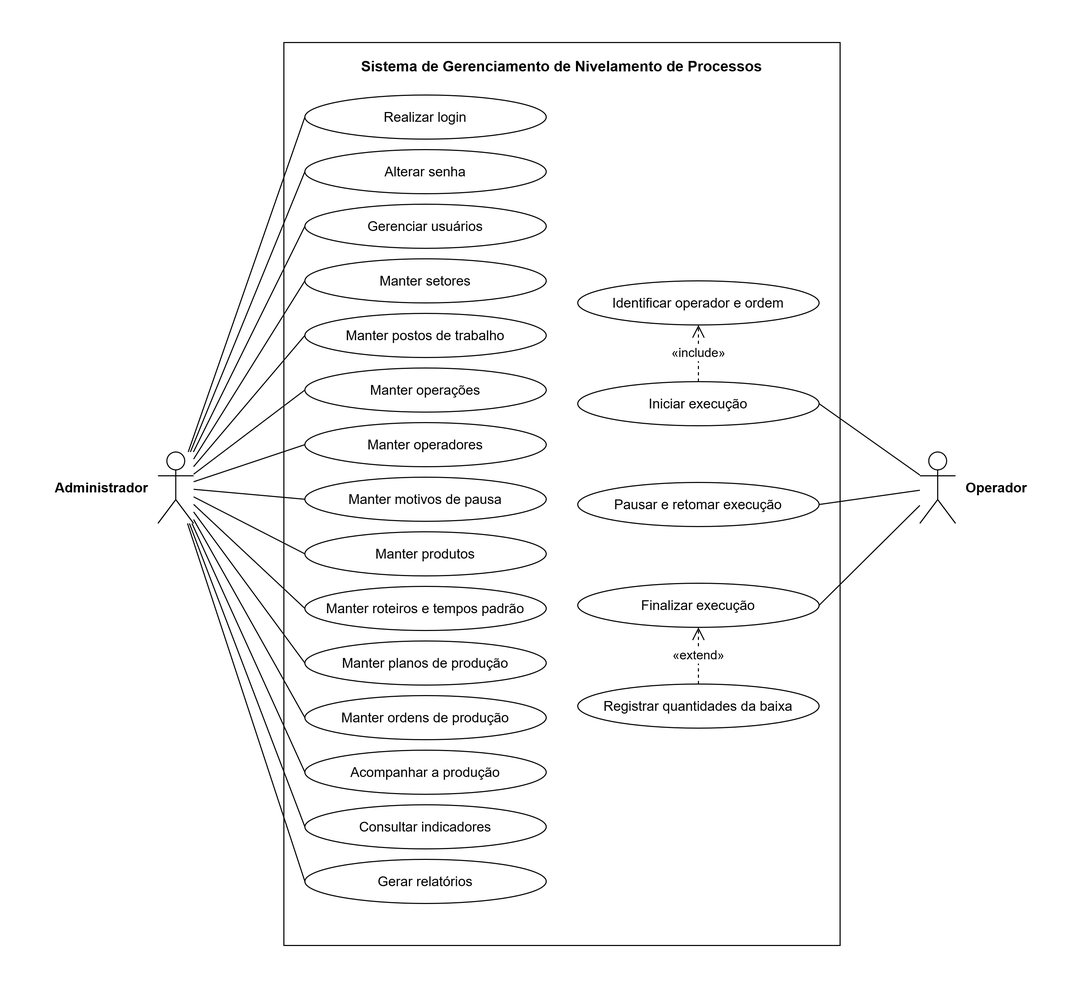
Above: docs/domain/diagrama-de-casos-de-uso.drawio.png in MateusGanda/Nivelamento-de-Processos (draw.io), before the change. Source tidied: cells renumbered, new cells last; positions are measured from the earlier drawing's top-left corner, leaving out a move shared by most shapes.
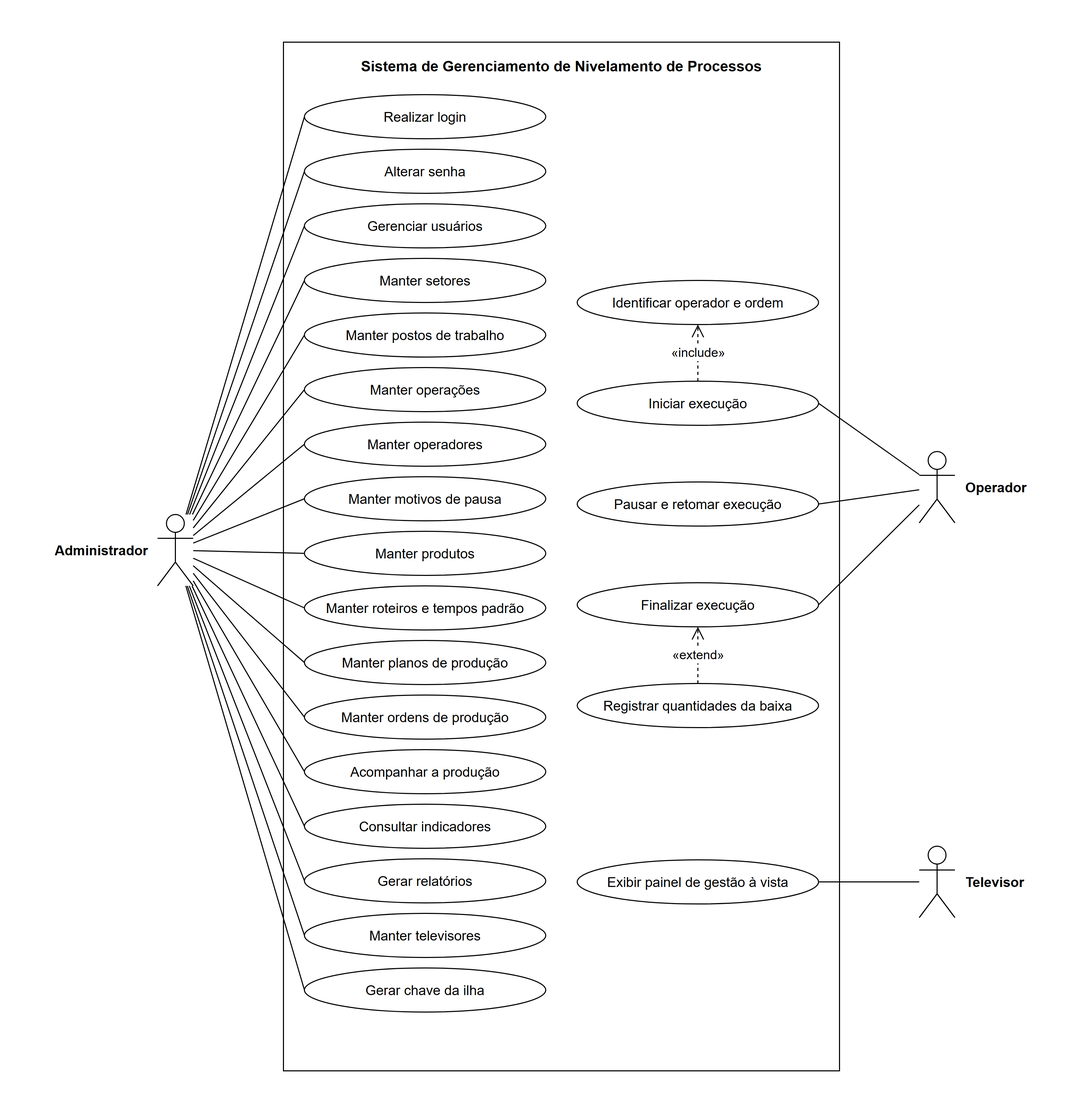
After the change.

Commit message:
docs: revisa o TCC (v15) com as correções de coerência e ABNT, a NBR 10520:2023 e as telas atuais, e atualiza o diagrama de casos de uso e o manual

Diff of the diagram source:
```diff
@@ -3,10 +3,10 @@
     <mxCell id="0" />
     <mxCell id="1" parent="0" />
     <mxCell id="2" style="rounded=0;html=1;fillColor=none;strokeColor=none;" parent="1" vertex="1">
-      <mxGeometry width="990" height="900" as="geometry" />
+      <mxGeometry width="990" height="1020" as="geometry" />
     </mxCell>
     <mxCell id="3" value="Sistema de Gerenciamento de Nivelamento de Processos" style="rounded=0;whiteSpace=wrap;html=1;verticalAlign=top;fontStyle=1;fontSize=14;fillColor=#FFFFFF;spacingTop=8;strokeColor=#000000;fontColor=#000000;" parent="1" vertex="1">
-      <mxGeometry x="250" y="20" width="530" height="860" as="geometry" />
+      <mxGeometry x="250" y="20" width="530" height="980" as="geometry" />
     </mxCell>
     <mxCell id="4" value="Realizar login" style="ellipse;whiteSpace=wrap;html=1;fillColor=#FFFFFF;fontSize=13;strokeColor=#000000;fontColor=#000000;" parent="1" vertex="1">
       <mxGeometry x="270" y="70" width="230" height="42" as="geometry" />
@@ -69,7 +69,7 @@
       <mxGeometry x="530" y="631" width="230" height="42" as="geometry" />
     </mxCell>
     <mxCell id="24" value="Administrador" style="shape=umlActor;verticalLabelPosition=middle;verticalAlign=middle;html=1;outlineConnect=0;fillColor=#FFFFFF;fontSize=13;fontStyle=1;strokeColor=#000000;fontColor=#000000;labelPosition=left;align=right;spacingRight=8;" parent="1" vertex="1">
-      <mxGeometry x="130" y="410" width="34" height="68" as="geometry" />
+      <mxGeometry x="130" y="470" width="34" height="68" as="geometry" />
     </mxCell>
     <mxCell id="25" value="Operador" style="shape=umlActor;verticalLabelPosition=middle;verticalAlign=middle;html=1;outlineConnect=0;fillColor=#FFFFFF;fontSize=13;fontStyle=1;strokeColor=#000000;fontColor=#000000;labelPosition=right;align=left;spacingLeft=8;" parent="1" vertex="1">
       <mxGeometry x="856" y="410" width="34" height="68" as="geometry" />
@@ -134,5 +134,26 @@
     <mxCell id="45" value="«extend»" style="endArrow=open;endSize=10;dashed=1;html=1;rounded=0;fontSize=12;labelBackgroundColor=#FFFFFF;strokeColor=#000000;fontColor=#000000;" parent="1" edge="1" source="23" target="22">
       <mxGeometry relative="1" as="geometry" />
     </mxCell>
+    <mxCell id="46" value="Manter televisores" style="ellipse;whiteSpace=wrap;html=1;fillColor=#FFFFFF;fontSize=13;strokeColor=#000000;fontColor=#000000;" parent="1" vertex="1">
+      <mxGeometry x="270" y="850" width="230" height="42" as="geometry" />
+    </mxCell>
+    <mxCell id="47" style="endArrow=none;html=1;rounded=0;strokeColor=#000000;fontColor=#000000;entryX=0;entryY=0.5;entryDx=0;entryDy=0;" parent="1" edge="1" source="24" target="46">
+      <mxGeometry relative="1" as="geometry" />
+    </mxCell>
+    <mxCell id="48" value="Gerar chave da ilha" style="ellipse;whiteSpace=wrap;html=1;fillColor=#FFFFFF;fontSize=13;strokeColor=#000000;fontColor=#000000;" parent="1" vertex="1">
+      <mxGeometry x="270" y="902" width="230" height="42" as="geometry" />
+    </mxCell>
+    <mxCell id="49" style="endArrow=none;html=1;rounded=0;strokeColor=#000000;fontColor=#000000;entryX=0;entryY=0.5;entryDx=0;entryDy=0;" parent="1" edge="1" source="24" target="48">
+      <mxGeometry relative="1" as="geometry" />
+    </mxCell>
+    <mxCell id="50" value="Exibir painel de gestão à vista" style="ellipse;whiteSpace=wrap;html=1;fillColor=#FFFFFF;fontSize=13;strokeColor=#000000;fontColor=#000000;" parent="1" vertex="1">
+      <mxGeometry x="530" y="799" width="230" height="42" as="geometry" />
+    </mxCell>
+    <mxCell id="51" value="Televisor" style="shape=umlActor;verticalLabelPosition=middle;verticalAlign=middle;html=1;outlineConnect=0;fillColor=#FFFFFF;fontSize=13;fontStyle=1;strokeColor=#000000;fontColor=#000000;labelPosition=right;align=left;spacingLeft=8;" parent="1" vertex="1">
+      <mxGeometry x="856" y="786" width="34" height="68" as="geometry" />
+    </mxCell>
+    <mxCell id="52" style="endArrow=none;html=1;rounded=0;strokeColor=#000000;fontColor=#000000;entryX=1;entryY=0.5;entryDx=0;entryDy=0;" parent="1" edge="1" source="51" target="50">
+      <mxGeometry relative="1" as="geometry" />
+    </mxCell>
   </root>
 </mxGraphModel>
```
